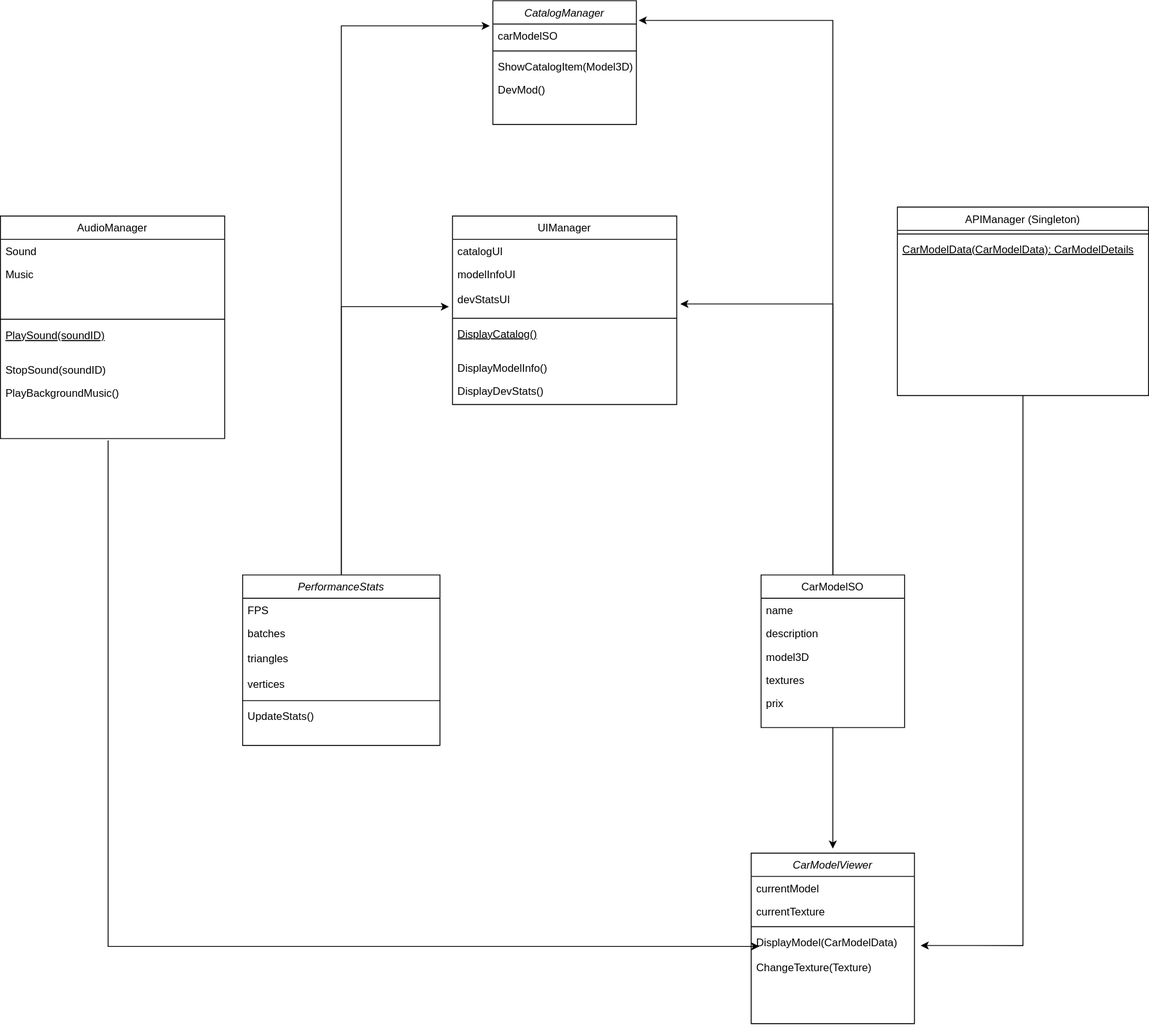
Above: Projet8.drawio.svg in Ashura100/Projet8 (draw.io), before the change. Source tidied: cells renumbered, new cells last; positions are measured from the earlier drawing's top-left corner, leaving out a move shared by most shapes.
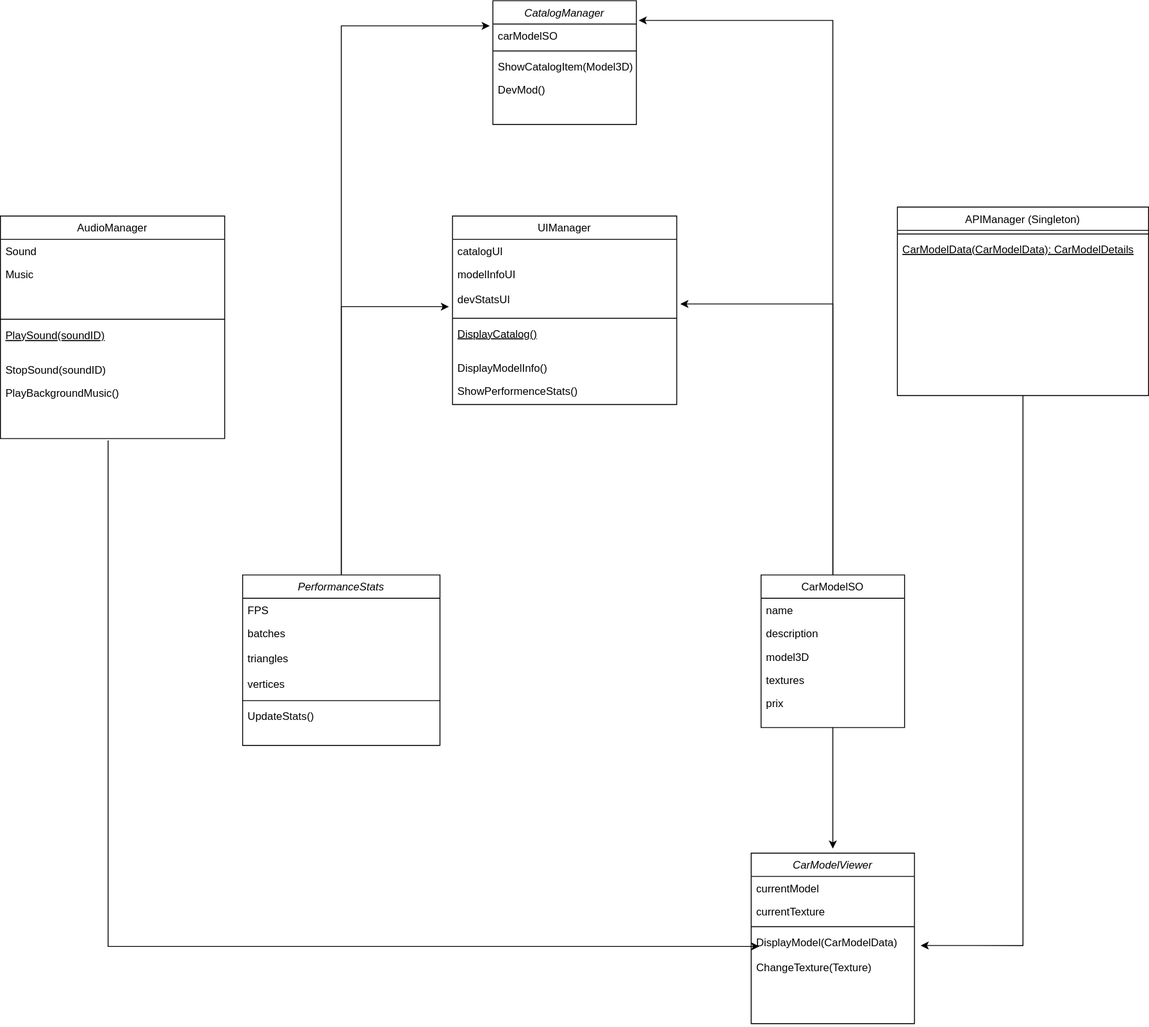
After the change.

Commit message:
Mettre à jour Projet8.drawio.svg

What changed in the source:
```diff
@@ -35,7 +35,7 @@
     <mxCell id="12" value="DisplayModelInfo()" style="text;align=left;verticalAlign=top;spacingLeft=4;spacingRight=4;overflow=hidden;" parent="7" vertex="1">
       <mxGeometry y="156" width="250" height="26" as="geometry" />
     </mxCell>
-    <mxCell id="13" value="DisplayDevStats()" style="text;align=left;verticalAlign=top;spacingLeft=4;spacingRight=4;overflow=hidden;" parent="7" vertex="1">
+    <mxCell id="13" value="ShowPerformenceStats()" style="text;align=left;verticalAlign=top;spacingLeft=4;spacingRight=4;overflow=hidden;" parent="7" vertex="1">
       <mxGeometry y="182" width="250" height="26" as="geometry" />
     </mxCell>
     <mxCell id="14" style="edgeStyle=orthogonalEdgeStyle;rounded=0;jettySize=auto;html=1;" parent="1" edge="1" source="15">
```
